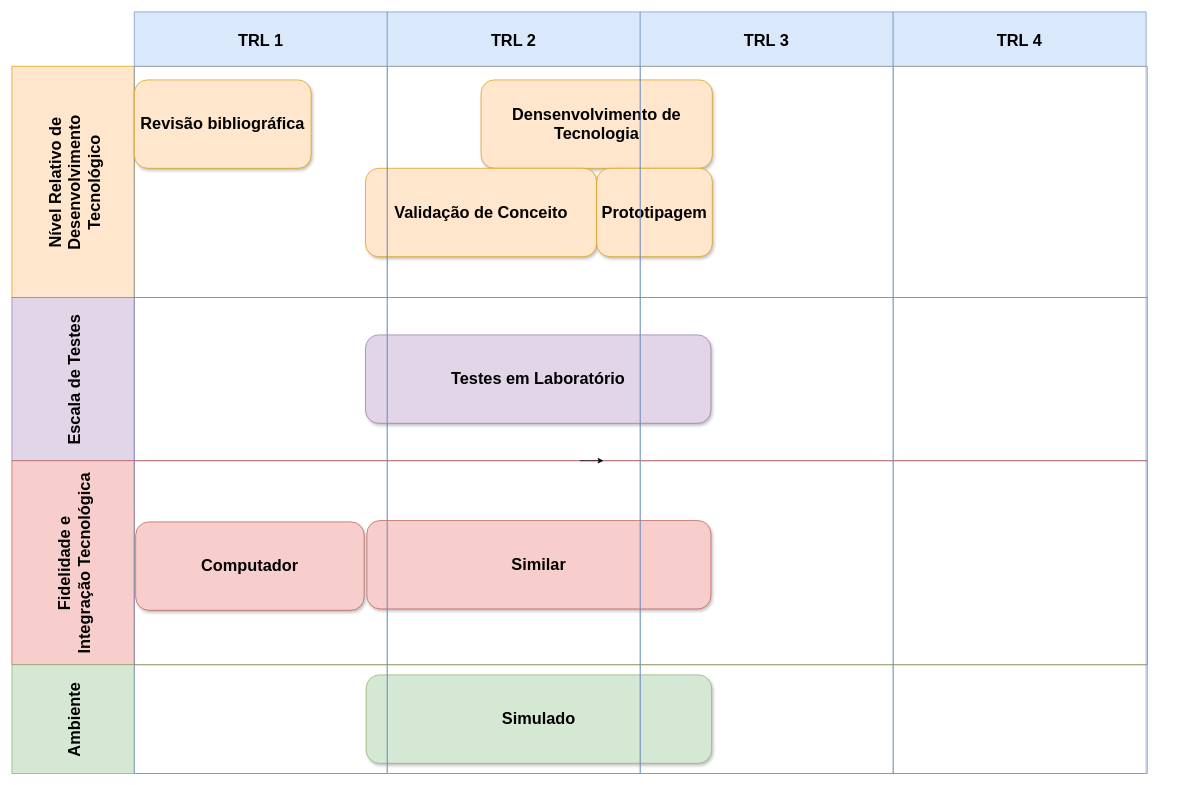
This is page "Page-1" (1 of 2) of assets/diagram.drawio from vitorsmends/raspode, a draw.io file, before an edit. Source tidied: cells renumbered, new cells numbered last; positions are measured from the earlier drawing's top-left corner, leaving out a move shared by most shapes. Both pictures are drawn from the tidied source at 68%, with x=0, y=0 at pixel (12, 12).
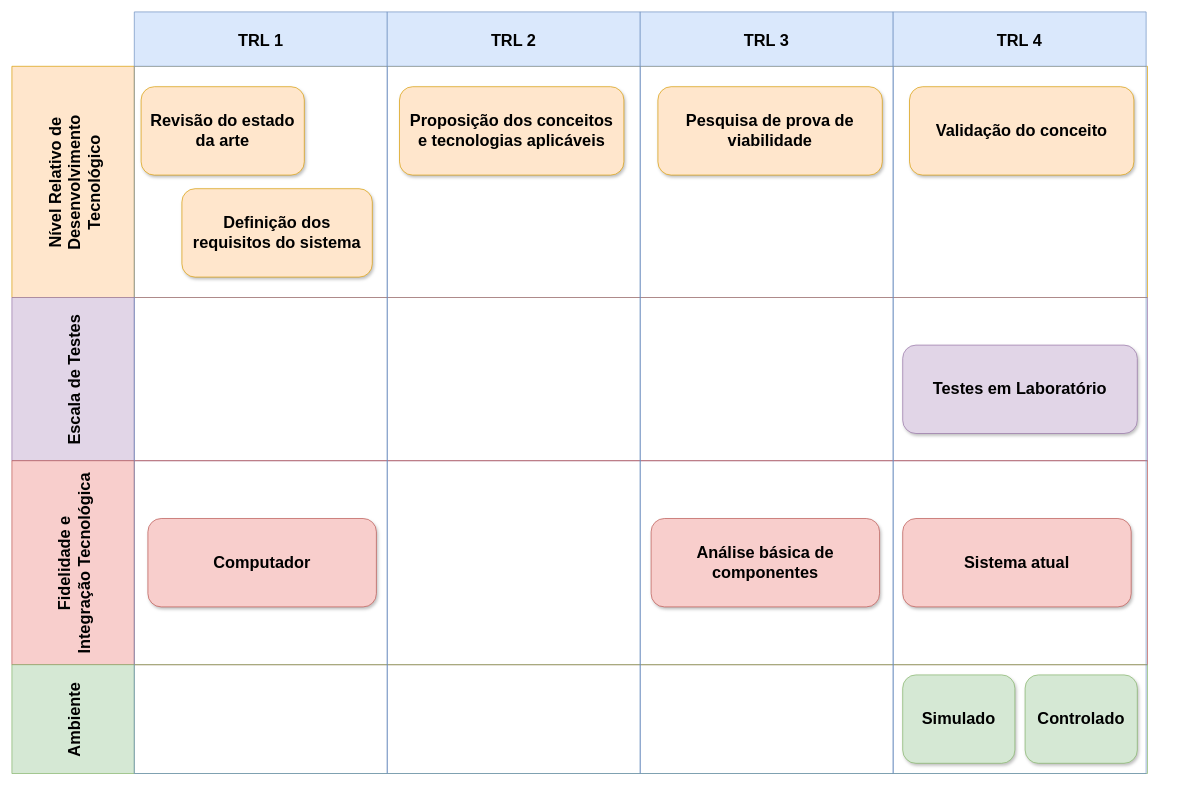
The same page after the edit.

The change refers to these unchanged cells:
```xml
<mxCell id="2" style="group;" parent="1" vertex="1">
  <mxGeometry y="80" width="1710" height="1040" as="geometry" />
</mxCell>
<mxCell id="3" value="Nível Relativo de &#10;Desenvolvimento&#10;Tecnológico" style="swimlane;horizontal=0;startSize=180;fontSize=24;fillColor=#ffe6cc;strokeColor=#d79b00;" parent="2" vertex="1">
  <mxGeometry width="1670" height="340" as="geometry" />
</mxCell>
<mxCell id="4" value="Escala de Testes" style="swimlane;horizontal=0;startSize=180;fontSize=24;fillColor=#e1d5e7;strokeColor=#9673a6;" parent="2" vertex="1">
  <mxGeometry y="340" width="1670" height="240" as="geometry" />
</mxCell>
<mxCell id="6" value="Fidelidade e &#10;Integração Tecnológica" style="swimlane;horizontal=0;startSize=180;fontSize=24;fillColor=#f8cecc;strokeColor=#b85450;" parent="2" vertex="1">
  <mxGeometry y="580" width="1670" height="300" as="geometry" />
</mxCell>
<mxCell id="9" value="Ambiente" style="swimlane;horizontal=0;startSize=180;fontSize=24;fillColor=#d5e8d4;strokeColor=#82b366;" parent="2" vertex="1">
  <mxGeometry y="880" width="1670" height="160" as="geometry" />
</mxCell>
<mxCell id="15" value="TRL 1" style="swimlane;fontSize=24;startSize=80;fillColor=#dae8fc;strokeColor=#6c8ebf;" parent="1" vertex="1">
  <mxGeometry x="180" width="372" height="1120" as="geometry" />
</mxCell>
```

Change to the diagram source:
```diff
@@
+    <mxCell id="20" value="Definição dos requisitos do sistema" style="rounded=1;whiteSpace=wrap;html=1;fontSize=24;fillColor=#ffe6cc;strokeColor=#d79b00;shadow=1;sketch=0;glass=0;gradientColor=none;fontStyle=1;" parent="3" vertex="1">
+      <mxGeometry x="250" y="180" width="280" height="130" as="geometry" />
+    </mxCell>
+    <mxCell id="16" value="Revisão do estado da arte" style="rounded=1;whiteSpace=wrap;html=1;fontSize=24;fillColor=#ffe6cc;strokeColor=#d79b00;shadow=1;sketch=0;glass=0;gradientColor=none;fontStyle=1;" parent="3" vertex="1">
+      <mxGeometry x="190" y="30" width="240" height="130" as="geometry" />
+    </mxCell>
+    <mxCell id="21" value="Proposição dos conceitos&lt;br&gt;e tecnologias aplicáveis" style="rounded=1;whiteSpace=wrap;html=1;fontSize=24;fillColor=#ffe6cc;strokeColor=#d79b00;shadow=1;sketch=0;glass=0;gradientColor=none;fontStyle=1;" parent="3" vertex="1">
+      <mxGeometry x="570" y="30" width="330" height="130" as="geometry" />
+    </mxCell>
+    <mxCell id="22" value="Validação do conceito" style="rounded=1;whiteSpace=wrap;html=1;fontSize=24;fillColor=#ffe6cc;strokeColor=#d79b00;shadow=1;sketch=0;glass=0;gradientColor=none;fontStyle=1;" parent="3" vertex="1">
+      <mxGeometry x="1320" y="30" width="330" height="130" as="geometry" />
+    </mxCell>
+    <mxCell id="23" value="Pesquisa de prova de viabilidade" style="rounded=1;whiteSpace=wrap;html=1;fontSize=24;fillColor=#ffe6cc;strokeColor=#d79b00;shadow=1;sketch=0;glass=0;gradientColor=none;fontStyle=1;" parent="3" vertex="1">
+      <mxGeometry x="950" y="30" width="330" height="130" as="geometry" />
+    </mxCell>
@@
     <mxCell id="5" value="Testes em Laboratório" style="rounded=1;whiteSpace=wrap;html=1;fontSize=24;fillColor=#e1d5e7;strokeColor=#9673a6;shadow=1;sketch=0;glass=0;fontStyle=1;" parent="4" vertex="1">
-      <mxGeometry x="520" y="55" width="508" height="130" as="geometry" />
+      <mxGeometry x="1310" y="70" width="345" height="130" as="geometry" />
     </mxCell>
@@
     <mxCell id="7" value="Computador" style="rounded=1;whiteSpace=wrap;html=1;fontSize=24;fillColor=#f8cecc;strokeColor=#b85450;shadow=1;sketch=0;glass=0;fontStyle=1;" parent="6" vertex="1">
-      <mxGeometry x="182" y="90" width="336" height="130" as="geometry" />
+      <mxGeometry x="200" y="85" width="336" height="130" as="geometry" />
     </mxCell>
-    <mxCell id="8" value="Similar" style="rounded=1;whiteSpace=wrap;html=1;fontSize=24;fillColor=#f8cecc;strokeColor=#b85450;shadow=1;sketch=0;glass=0;fontStyle=1;" parent="6" vertex="1">
-      <mxGeometry x="522" y="88" width="506" height="130" as="geometry" />
+    <mxCell id="8" value="Sistema atual" style="rounded=1;whiteSpace=wrap;html=1;fontSize=24;fillColor=#f8cecc;strokeColor=#b85450;shadow=1;sketch=0;glass=0;fontStyle=1;" parent="6" vertex="1">
+      <mxGeometry x="1310" y="85" width="336" height="130" as="geometry" />
     </mxCell>
+    <mxCell id="24" value="Análise básica de componentes" style="rounded=1;whiteSpace=wrap;html=1;fontSize=24;fillColor=#f8cecc;strokeColor=#b85450;shadow=1;sketch=0;glass=0;fontStyle=1;" parent="6" vertex="1">
+      <mxGeometry x="940" y="85" width="336" height="130" as="geometry" />
+    </mxCell>
@@
+    <mxCell id="25" value="Controlado" style="rounded=1;whiteSpace=wrap;html=1;fontSize=24;fillColor=#d5e8d4;strokeColor=#82b366;shadow=1;sketch=0;glass=0;fontStyle=1;" parent="9" vertex="1">
+      <mxGeometry x="1490" y="15" width="165" height="130" as="geometry" />
+    </mxCell>
     <mxCell id="10" value="Simulado" style="rounded=1;whiteSpace=wrap;html=1;fontSize=24;fillColor=#d5e8d4;strokeColor=#82b366;shadow=1;sketch=0;glass=0;fontStyle=1;" parent="9" vertex="1">
-      <mxGeometry x="521" y="15" width="508" height="130" as="geometry" />
+      <mxGeometry x="1310" y="15" width="165" height="130" as="geometry" />
     </mxCell>
-    <mxCell id="11" value="Densenvolvimento de&lt;br&gt;Tecnologia" style="rounded=1;whiteSpace=wrap;html=1;fontSize=24;fillColor=#ffe6cc;strokeColor=#d79b00;shadow=1;sketch=0;glass=0;gradientColor=none;fontStyle=1;" parent="2" vertex="1">
-      <mxGeometry x="690" y="20" width="340" height="130" as="geometry" />
-    </mxCell>
-    <mxCell id="12" value="Validação de Conceito" style="rounded=1;whiteSpace=wrap;html=1;fontSize=24;fillColor=#ffe6cc;strokeColor=#d79b00;shadow=1;sketch=0;glass=0;gradientColor=none;fontStyle=1;" parent="2" vertex="1">
-      <mxGeometry x="520" y="150" width="340" height="130" as="geometry" />
-    </mxCell>
-    <mxCell id="13" value="Prototipagem" style="rounded=1;whiteSpace=wrap;html=1;fontSize=24;fillColor=#ffe6cc;strokeColor=#d79b00;shadow=1;sketch=0;glass=0;gradientColor=none;fontStyle=1;" parent="2" vertex="1">
-      <mxGeometry x="860" y="150" width="170" height="130" as="geometry" />
-    </mxCell>
-    <mxCell id="14" style="edgeStyle=orthogonalEdgeStyle;rounded=0;jettySize=auto;html=1;exitX=0.5;exitY=0;exitDx=0;exitDy=0;fontSize=24;" parent="1" edge="1" source="6">
-      <mxGeometry relative="1" as="geometry">
-        <mxPoint x="870" y="660.3" as="targetPoint" />
-      </mxGeometry>
-    </mxCell>
@@
-    <mxCell id="16" value="Revisão bibliográfica" style="rounded=1;whiteSpace=wrap;html=1;fontSize=24;fillColor=#ffe6cc;strokeColor=#d79b00;shadow=1;sketch=0;glass=0;gradientColor=none;fontStyle=1;" parent="15" vertex="1">
-      <mxGeometry y="100" width="260" height="130" as="geometry" />
-    </mxCell>
```
